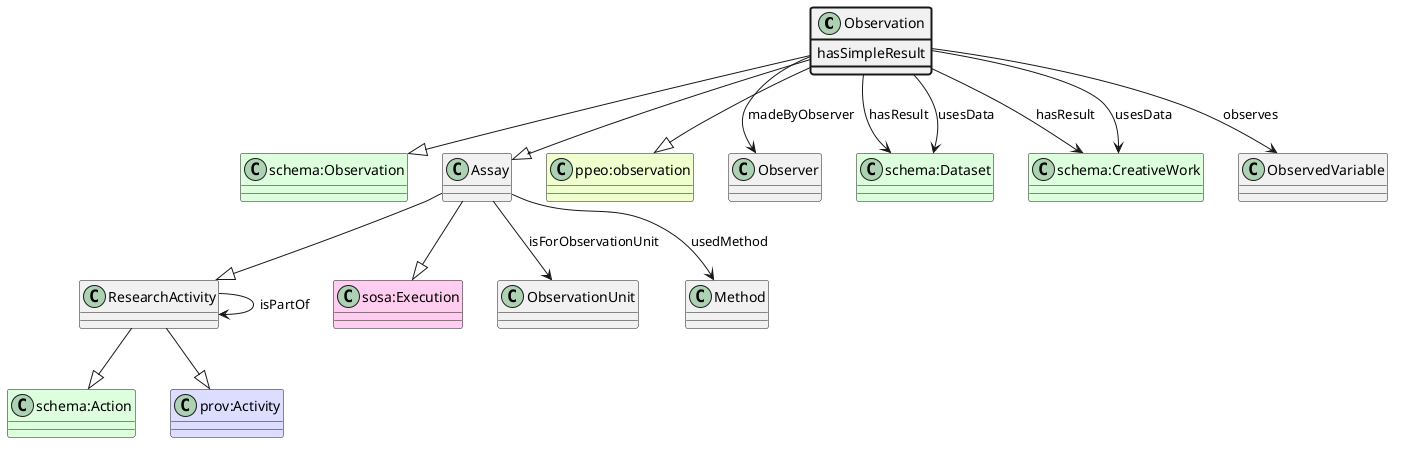
The PlantUML diagram ttl_uml/ttl_appn_Observation.png in aus-plant-phenomics-network/appn-schema, before a commit.
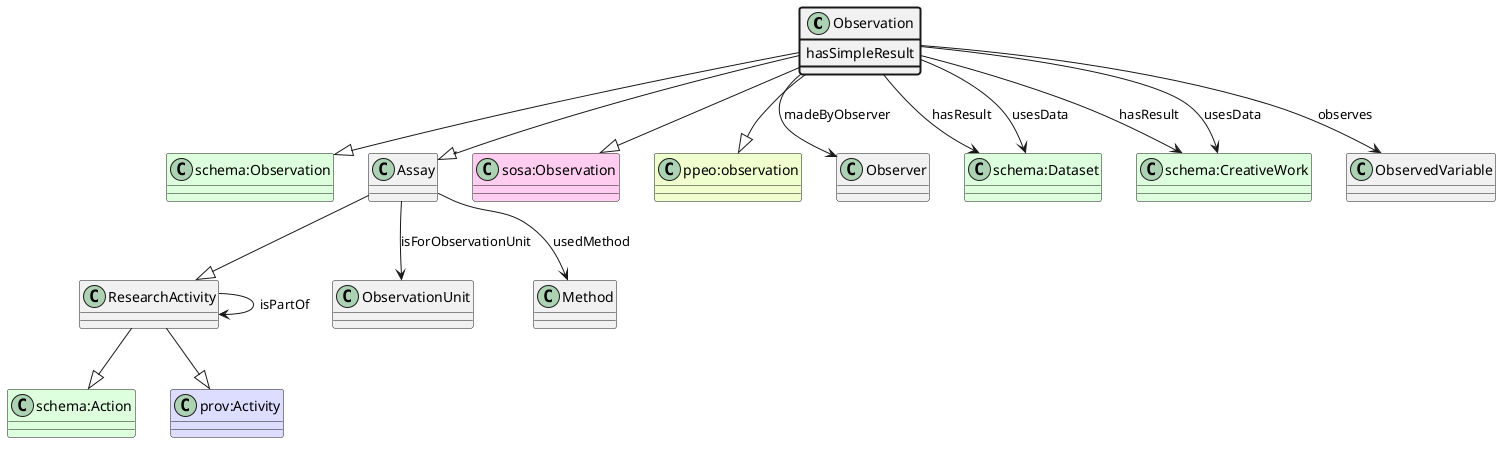
The same file after the commit.

Diff of the diagram source:
```diff
@@ -9,9 +9,9 @@
 class "prov:Activity" #DDDDFF
 ResearchActivity --|> "prov:Activity"
 Assay --|> ResearchActivity
-class "sosa:Execution" #FFCCEE
-Assay --|> "sosa:Execution"
 Observation --|> Assay
+class "sosa:Observation" #FFCCEE
+Observation --|> "sosa:Observation"
 class "ppeo:observation" #EEFFCC
 Observation --|> "ppeo:observation"
 class Observer
```
